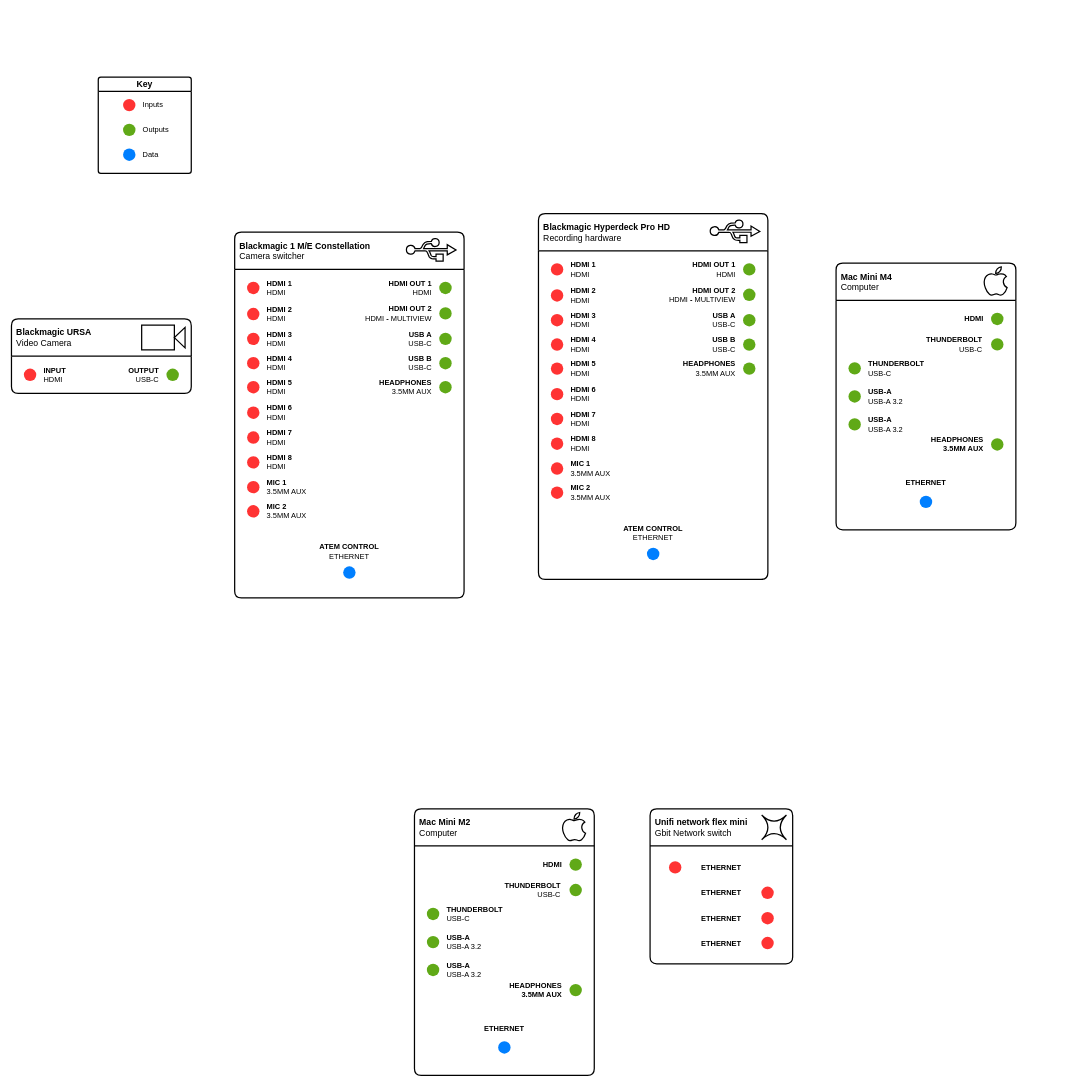
The draw.io diagram Mud maps/City Studio.drawio in Moolteepass/Studio-Documentation, before the edit. Source tidied: cells renumbered, new cells numbered last; positions are measured from the earlier drawing's top-left corner, leaving out a move shared by most shapes. Both pictures are drawn from the tidied source at 62%, with x=0, y=0 at pixel (11, 77).
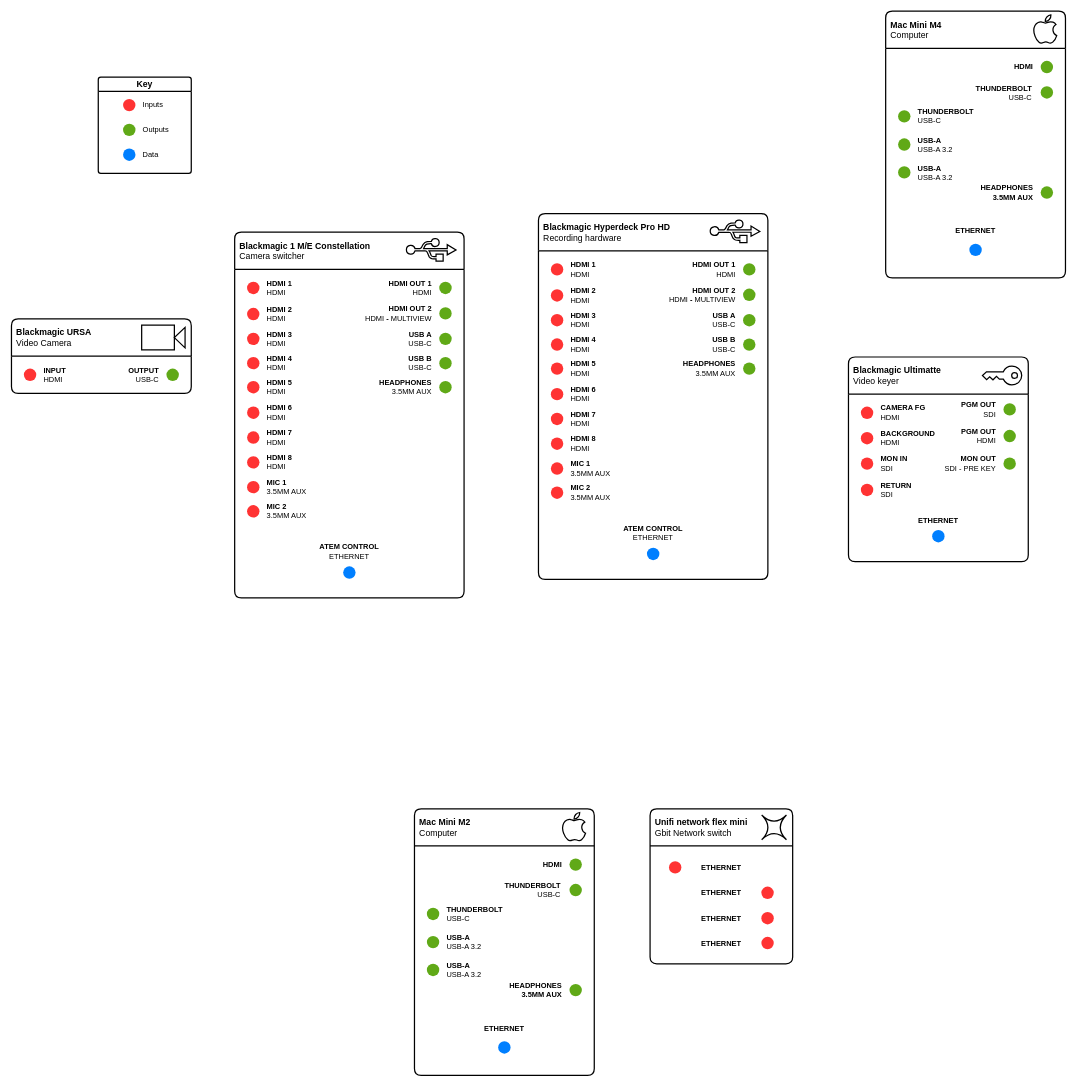
The same diagram, later.

Change to the diagram source:
```diff
@@
     <mxCell id="75" value="&lt;div&gt;Mac Mini M4&lt;/div&gt;&lt;div&gt;&lt;span style=&quot;font-weight: normal;&quot;&gt;Computer&lt;/span&gt;&lt;/div&gt;" style="swimlane;whiteSpace=wrap;html=1;startSize=60;perimeterSpacing=0;rounded=1;arcSize=6;align=left;spacingLeft=6;swimlaneFillColor=default;strokeWidth=2;fontSize=14;noLabel=0;" parent="1" vertex="1">
-      <mxGeometry x="1330" y="300" width="290" height="430" as="geometry" />
+      <mxGeometry x="1410" y="-106.4" width="290" height="430" as="geometry" />
     </mxCell>
@@
+    <mxCell id="125" value="&lt;div&gt;Blackmagic Ultimatte&lt;/div&gt;&lt;div&gt;&lt;span style=&quot;font-weight: normal;&quot;&gt;Video keyer&lt;/span&gt;&lt;/div&gt;" style="swimlane;whiteSpace=wrap;html=1;startSize=60;perimeterSpacing=0;rounded=1;arcSize=6;align=left;spacingLeft=6;swimlaneFillColor=default;strokeWidth=2;fontSize=14;" parent="1" vertex="1">
+      <mxGeometry x="1350" y="451.3" width="290" height="330" as="geometry" />
+    </mxCell>
+    <mxCell id="126" style="ellipse;whiteSpace=wrap;html=1;strokeColor=none;fillColor=#60a917;fontColor=#ffffff;" parent="125" vertex="1">
+      <mxGeometry x="250" y="117.5" width="20" height="20" as="geometry" />
+    </mxCell>
+    <mxCell id="127" style="ellipse;whiteSpace=wrap;html=1;strokeColor=none;fillColor=#60a917;fontColor=#ffffff;" parent="125" vertex="1">
+      <mxGeometry x="250" y="74.5" width="20" height="20" as="geometry" />
+    </mxCell>
+    <mxCell id="128" style="ellipse;whiteSpace=wrap;html=1;strokeColor=none;fillColor=#60a917;fontColor=#ffffff;" parent="125" vertex="1">
+      <mxGeometry x="250" y="162" width="20" height="20" as="geometry" />
+    </mxCell>
+    <mxCell id="129" style="ellipse;whiteSpace=wrap;html=1;strokeColor=none;fillColor=light-dark(#FF3333,#FF3333);fontColor=#ffffff;fillStyle=auto;" parent="125" vertex="1">
+      <mxGeometry x="20" y="80" width="20" height="20" as="geometry" />
+    </mxCell>
+    <mxCell id="130" style="ellipse;whiteSpace=wrap;html=1;strokeColor=none;fillColor=light-dark(#FF3333,#FF3333);fontColor=#ffffff;" parent="125" vertex="1">
+      <mxGeometry x="20" y="121" width="20" height="20" as="geometry" />
+    </mxCell>
+    <mxCell id="131" value="&lt;div&gt;&lt;b&gt;CAMERA FG&lt;/b&gt;&lt;/div&gt;&lt;div&gt;HDMI&lt;/div&gt;" style="text;html=1;whiteSpace=wrap;strokeColor=none;fillColor=none;align=left;verticalAlign=middle;rounded=0;" parent="125" vertex="1">
+      <mxGeometry x="50" y="75.5" width="90" height="29" as="geometry" />
+    </mxCell>
+    <mxCell id="132" value="&lt;div&gt;&lt;b&gt;PGM OUT&lt;/b&gt;&lt;/div&gt;&lt;div&gt;HDMI&lt;/div&gt;" style="text;html=1;whiteSpace=wrap;strokeColor=none;fillColor=none;align=right;verticalAlign=middle;rounded=0;" parent="125" vertex="1">
+      <mxGeometry x="150" y="113" width="90" height="29" as="geometry" />
+    </mxCell>
+    <mxCell id="133" value="&lt;div&gt;&lt;b&gt;BACKGROUND&lt;/b&gt;&lt;/div&gt;&lt;div&gt;HDMI&lt;/div&gt;" style="text;html=1;whiteSpace=wrap;strokeColor=none;fillColor=none;align=left;verticalAlign=middle;rounded=0;" parent="125" vertex="1">
+      <mxGeometry x="50" y="116.5" width="90" height="29" as="geometry" />
+    </mxCell>
+    <mxCell id="134" value="&lt;div&gt;&lt;b&gt;PGM OUT&lt;/b&gt;&lt;/div&gt;&lt;div&gt;SDI&lt;/div&gt;" style="text;html=1;whiteSpace=wrap;strokeColor=none;fillColor=none;align=right;verticalAlign=middle;rounded=0;" parent="125" vertex="1">
+      <mxGeometry x="150" y="70" width="90" height="29" as="geometry" />
+    </mxCell>
+    <mxCell id="135" value="&lt;div&gt;&lt;b&gt;MON OUT&lt;/b&gt;&lt;/div&gt;&lt;div&gt;SDI - PRE KEY&lt;/div&gt;" style="text;html=1;whiteSpace=wrap;strokeColor=none;fillColor=none;align=right;verticalAlign=middle;rounded=0;" parent="125" vertex="1">
+      <mxGeometry x="150" y="157.5" width="90" height="29" as="geometry" />
+    </mxCell>
+    <mxCell id="136" value="ETHERNET" style="text;html=1;whiteSpace=wrap;strokeColor=none;fillColor=none;align=center;verticalAlign=middle;rounded=0;fontStyle=1;" parent="125" vertex="1">
+      <mxGeometry x="100" y="250" width="90" height="29" as="geometry" />
+    </mxCell>
+    <mxCell id="137" style="ellipse;whiteSpace=wrap;html=1;strokeColor=none;fillColor=#007FFF;fontColor=#ffffff;" parent="125" vertex="1">
+      <mxGeometry x="135" y="279" width="20" height="20" as="geometry" />
+    </mxCell>
+    <mxCell id="138" style="sketch=0;shadow=0;dashed=0;html=1;strokeColor=default;fillColor=none;labelPosition=center;verticalLabelPosition=bottom;verticalAlign=top;align=center;shape=mxgraph.office.security.key_permissions;rotation=90;strokeWidth=2;" parent="125" vertex="1">
+      <mxGeometry x="232.7" y="-1.8" width="30.1" height="63.3" as="geometry" />
+    </mxCell>
+    <mxCell id="139" value="&lt;div&gt;&lt;b&gt;MON IN&lt;/b&gt;&lt;/div&gt;&lt;div&gt;SDI&lt;/div&gt;" style="text;html=1;whiteSpace=wrap;strokeColor=none;fillColor=none;align=left;verticalAlign=middle;rounded=0;" parent="125" vertex="1">
+      <mxGeometry x="50" y="157.5" width="90" height="29" as="geometry" />
+    </mxCell>
+    <mxCell id="140" style="ellipse;whiteSpace=wrap;html=1;strokeColor=none;fillColor=light-dark(#FF3333,#FF3333);fontColor=#ffffff;" parent="125" vertex="1">
+      <mxGeometry x="20" y="162" width="20" height="20" as="geometry" />
+    </mxCell>
+    <mxCell id="141" style="ellipse;whiteSpace=wrap;html=1;strokeColor=none;fillColor=light-dark(#FF3333,#FF3333);fontColor=#ffffff;" parent="125" vertex="1">
+      <mxGeometry x="20" y="204.5" width="20" height="20" as="geometry" />
+    </mxCell>
+    <mxCell id="142" value="&lt;div&gt;&lt;b&gt;RETURN&lt;/b&gt;&lt;/div&gt;&lt;div&gt;SDI&lt;/div&gt;" style="text;html=1;whiteSpace=wrap;strokeColor=none;fillColor=none;align=left;verticalAlign=middle;rounded=0;" parent="125" vertex="1">
+      <mxGeometry x="50" y="200" width="90" height="29" as="geometry" />
+    </mxCell>
```
